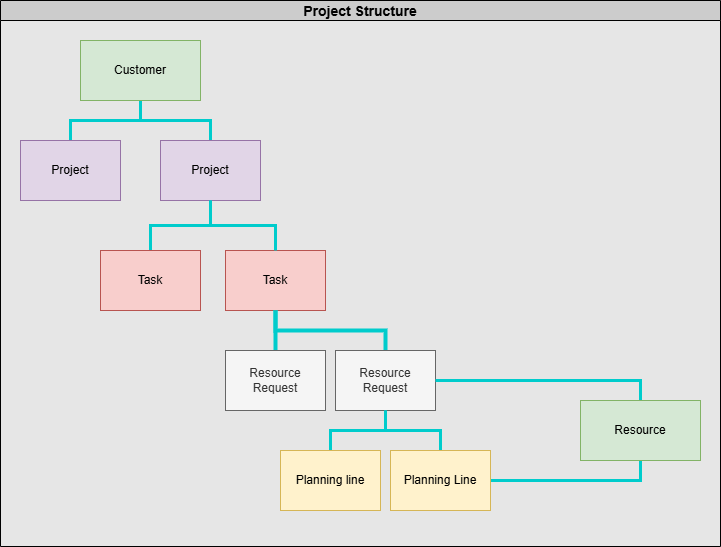
This is Project-Management/Project-Structure.drawio.png from braintree-brainworx/Braintree-PPS-Cloud, a draw.io export, as it was before one commit. Source tidied: cells renumbered, new cells last; positions are measured from the earlier drawing's top-left corner, leaving out a move shared by most shapes.
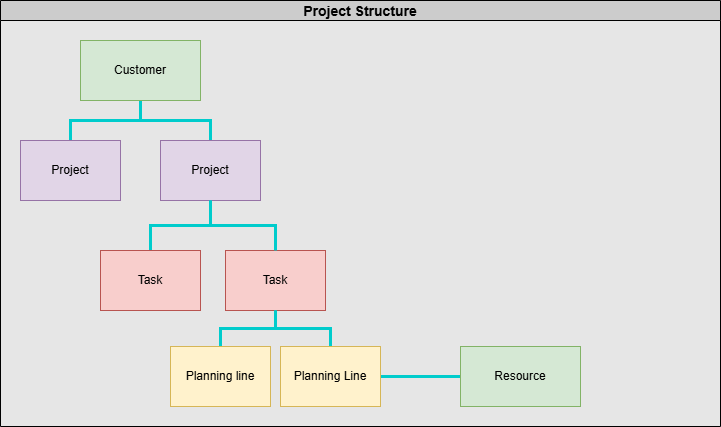
The same diagram one commit later.

Diff of the diagram source:
```diff
@@ -3,7 +3,7 @@
     <mxCell id="0" />
     <mxCell id="1" parent="0" />
     <mxCell id="2" value="Project Structure" style="swimlane;startSize=20;horizontal=1;containerType=tree;newEdgeStyle={&quot;edgeStyle&quot;:&quot;elbowEdgeStyle&quot;,&quot;startArrow&quot;:&quot;none&quot;,&quot;endArrow&quot;:&quot;none&quot;};fillColor=#CCCCCC;fontSize=14;" parent="1" vertex="1">
-      <mxGeometry width="720" height="546" as="geometry" />
+      <mxGeometry width="720" height="426" as="geometry" />
     </mxCell>
     <mxCell id="3" style="edgeStyle=elbowEdgeStyle;elbow=vertical;sourcePerimeterSpacing=0;targetPerimeterSpacing=0;startArrow=none;endArrow=none;rounded=0;curved=0;strokeWidth=3;strokeColor=light-dark(#00CCCC,#FF3333);" parent="2" edge="1" source="5" target="6">
       <mxGeometry relative="1" as="geometry" />
@@ -32,42 +32,23 @@
     <mxCell id="11" value="Task" style="whiteSpace=wrap;html=1;align=center;verticalAlign=middle;newEdgeStyle={&quot;edgeStyle&quot;:&quot;elbowEdgeStyle&quot;,&quot;startArrow&quot;:&quot;none&quot;,&quot;endArrow&quot;:&quot;none&quot;};fillColor=#f8cecc;strokeColor=#b85450;" parent="2" vertex="1">
       <mxGeometry x="100" y="250" width="100" height="60" as="geometry" />
     </mxCell>
-    <mxCell id="12" style="edgeStyle=elbowEdgeStyle;elbow=vertical;sourcePerimeterSpacing=0;targetPerimeterSpacing=0;startArrow=none;endArrow=none;rounded=0;curved=0;exitX=0.5;exitY=1;exitDx=0;exitDy=0;strokeWidth=4;strokeColor=light-dark(#00CCCC,#FF3333);" parent="2" edge="1" source="8" target="13">
-      <mxGeometry relative="1" as="geometry" />
-    </mxCell>
-    <mxCell id="13" value="Resource Request" style="whiteSpace=wrap;html=1;align=center;verticalAlign=middle;newEdgeStyle={&quot;edgeStyle&quot;:&quot;elbowEdgeStyle&quot;,&quot;startArrow&quot;:&quot;none&quot;,&quot;endArrow&quot;:&quot;none&quot;};fillColor=#f5f5f5;fontColor=#333333;strokeColor=#666666;" parent="2" vertex="1">
-      <mxGeometry x="225" y="350" width="100" height="60" as="geometry" />
-    </mxCell>
-    <mxCell id="14" style="edgeStyle=elbowEdgeStyle;elbow=vertical;sourcePerimeterSpacing=0;targetPerimeterSpacing=0;startArrow=none;endArrow=none;rounded=0;curved=0;exitX=0.5;exitY=1;exitDx=0;exitDy=0;strokeWidth=4;strokeColor=light-dark(#00CCCC,#FF3333);" parent="2" edge="1" source="8" target="15">
-      <mxGeometry relative="1" as="geometry" />
-    </mxCell>
-    <mxCell id="15" value="Resource Request" style="whiteSpace=wrap;html=1;align=center;verticalAlign=middle;newEdgeStyle={&quot;edgeStyle&quot;:&quot;elbowEdgeStyle&quot;,&quot;startArrow&quot;:&quot;none&quot;,&quot;endArrow&quot;:&quot;none&quot;};fillColor=#f5f5f5;fontColor=#333333;strokeColor=#666666;" parent="2" vertex="1">
-      <mxGeometry x="335" y="350" width="100" height="60" as="geometry" />
-    </mxCell>
-    <mxCell id="16" style="edgeStyle=elbowEdgeStyle;elbow=vertical;sourcePerimeterSpacing=0;targetPerimeterSpacing=0;startArrow=none;endArrow=none;rounded=0;curved=0;exitX=0.5;exitY=1;exitDx=0;exitDy=0;strokeWidth=3;strokeColor=light-dark(#00CCCC,#FF3333);" parent="2" edge="1" source="15" target="17">
+    <mxCell id="16" style="edgeStyle=elbowEdgeStyle;elbow=vertical;sourcePerimeterSpacing=0;targetPerimeterSpacing=0;startArrow=none;endArrow=none;rounded=0;curved=0;exitX=0.5;exitY=1;exitDx=0;exitDy=0;strokeWidth=3;strokeColor=light-dark(#00CCCC,#FF3333);" parent="2" edge="1" source="8" target="17">
       <mxGeometry relative="1" as="geometry" />
     </mxCell>
     <mxCell id="17" value="Planning line" style="whiteSpace=wrap;html=1;align=center;verticalAlign=middle;newEdgeStyle={&quot;edgeStyle&quot;:&quot;elbowEdgeStyle&quot;,&quot;startArrow&quot;:&quot;none&quot;,&quot;endArrow&quot;:&quot;none&quot;};fillColor=#fff2cc;strokeColor=#d6b656;" parent="2" vertex="1">
-      <mxGeometry x="280" y="450" width="100" height="60" as="geometry" />
+      <mxGeometry x="170" y="346" width="100" height="60" as="geometry" />
     </mxCell>
-    <mxCell id="18" style="edgeStyle=elbowEdgeStyle;elbow=vertical;sourcePerimeterSpacing=0;targetPerimeterSpacing=0;startArrow=none;endArrow=none;rounded=0;curved=0;exitX=0.5;exitY=1;exitDx=0;exitDy=0;strokeWidth=3;strokeColor=light-dark(#00CCCC,#FF3333);" parent="2" edge="1" source="15" target="20">
+    <mxCell id="18" style="edgeStyle=elbowEdgeStyle;elbow=vertical;sourcePerimeterSpacing=0;targetPerimeterSpacing=0;startArrow=none;endArrow=none;rounded=0;curved=0;exitX=0.5;exitY=1;exitDx=0;exitDy=0;strokeWidth=3;strokeColor=light-dark(#00CCCC,#FF3333);" parent="2" edge="1" source="8" target="20">
       <mxGeometry relative="1" as="geometry" />
     </mxCell>
-    <mxCell id="19" style="edgeStyle=elbowEdgeStyle;rounded=0;jettySize=auto;html=1;startArrow=none;endArrow=none;exitX=1;exitY=0.5;exitDx=0;exitDy=0;entryX=0.5;entryY=1;entryDx=0;entryDy=0;strokeWidth=3;strokeColor=light-dark(#00CCCC,#FF3333);" parent="2" edge="1" source="20" target="22">
-      <mxGeometry relative="1" as="geometry">
-        <Array as="points">
-          <mxPoint x="640" y="476" />
-        </Array>
-      </mxGeometry>
+    <mxCell id="19" style="edgeStyle=elbowEdgeStyle;html=1;startArrow=none;endArrow=none;exitX=1;exitY=0.5;exitDx=0;exitDy=0;strokeWidth=3;strokeColor=#00CCCC;" parent="2" edge="1" source="20" target="22">
+      <mxGeometry relative="1" as="geometry" />
     </mxCell>
     <mxCell id="20" value="Planning Line" style="whiteSpace=wrap;html=1;align=center;verticalAlign=middle;newEdgeStyle={&quot;edgeStyle&quot;:&quot;elbowEdgeStyle&quot;,&quot;startArrow&quot;:&quot;none&quot;,&quot;endArrow&quot;:&quot;none&quot;};fillColor=#fff2cc;strokeColor=#d6b656;" parent="2" vertex="1">
-      <mxGeometry x="390" y="450" width="100" height="60" as="geometry" />
+      <mxGeometry x="280" y="346" width="100" height="60" as="geometry" />
     </mxCell>
-    <mxCell id="21" style="edgeStyle=orthogonalEdgeStyle;rounded=0;jettySize=auto;html=1;exitX=0.5;exitY=0;exitDx=0;exitDy=0;entryX=1;entryY=0.5;entryDx=0;entryDy=0;endArrow=none;endFill=0;strokeWidth=3;strokeColor=light-dark(#00CCCC,#FF3333);" parent="2" edge="1" source="22" target="15">
-      <mxGeometry relative="1" as="geometry" />
-    </mxCell>
     <mxCell id="22" value="Resource" style="rounded=0;whiteSpace=wrap;html=1;fillColor=#d5e8d4;strokeColor=#82b366;" parent="2" vertex="1">
-      <mxGeometry x="580" y="400" width="120" height="60" as="geometry" />
+      <mxGeometry x="460" y="346" width="120" height="60" as="geometry" />
     </mxCell>
   </root>
 </mxGraphModel>
```
